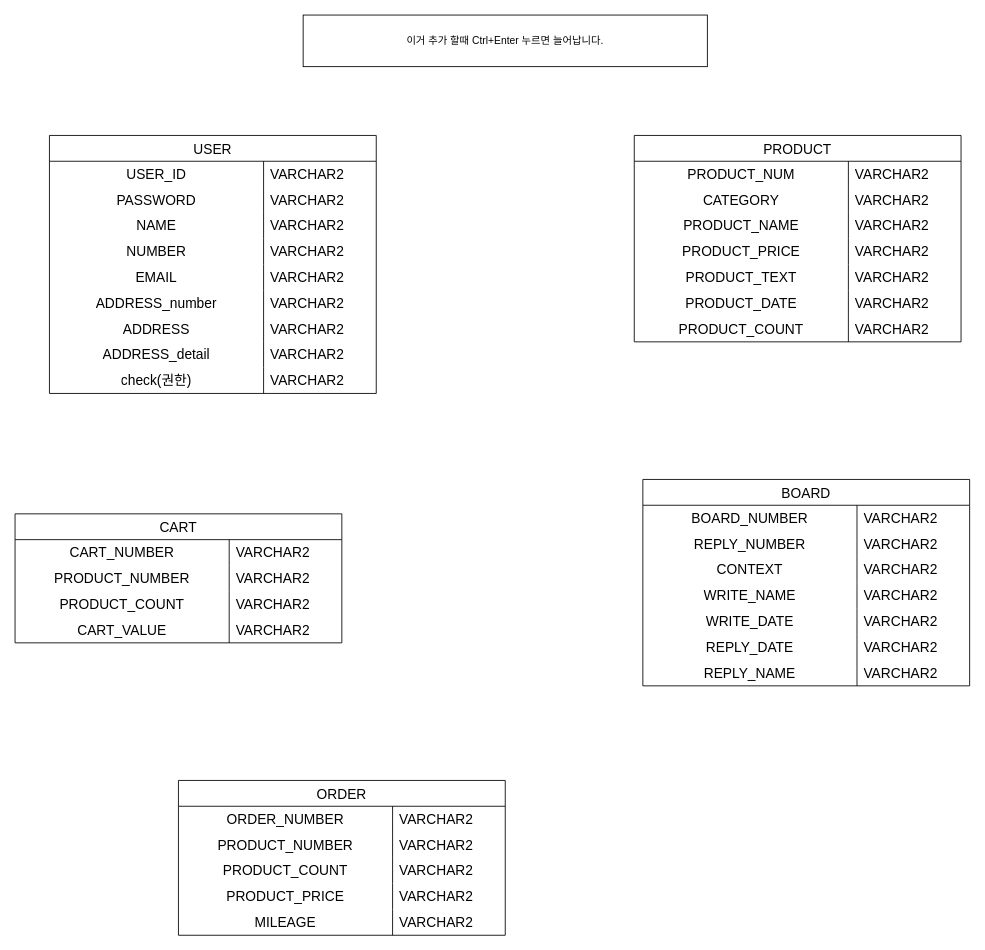
This is 제목 없는 다이어그램.drawio from Rookies13/Senanam, a draw.io file, before an edit. Source tidied: cells renumbered, new cells numbered last; positions are measured from the earlier drawing's top-left corner, leaving out a move shared by most shapes. Both pictures are drawn from the tidied source at 86%, with x=0, y=0 at pixel (15, 15).
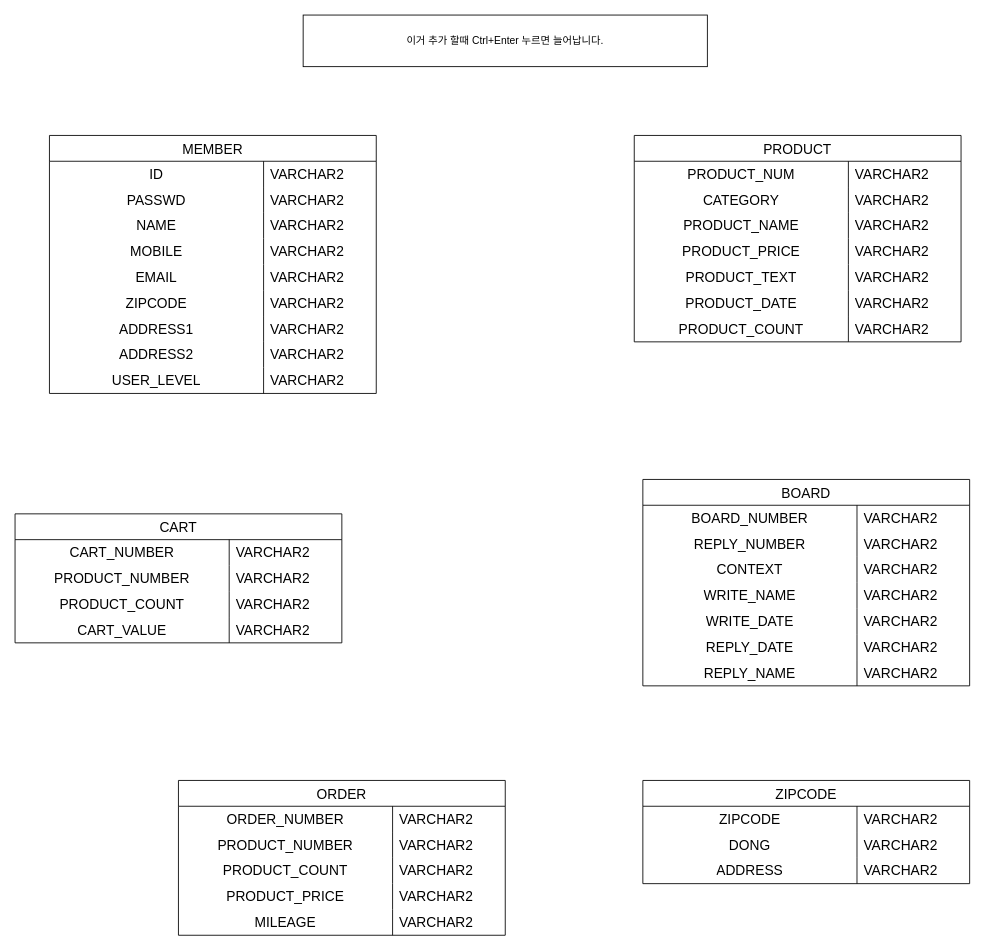
After the change.

Commit message:
제목 없는 다이어그램.drawio 업데이트

The change refers to these unchanged cells:
```xml
<mxCell id="3" style="shape=tableRow;horizontal=0;startSize=0;swimlaneHead=0;swimlaneBody=0;top=0;left=0;bottom=0;right=0;fillColor=none;strokeColor=inherit;fontSize=16;" parent="2" vertex="1">
  <mxGeometry y="30" width="380" height="30" as="geometry" />
</mxCell>
<mxCell id="6" style="shape=tableRow;horizontal=0;startSize=0;swimlaneHead=0;swimlaneBody=0;top=0;left=0;bottom=0;right=0;fillColor=none;strokeColor=inherit;fontSize=16;" parent="2" vertex="1">
  <mxGeometry y="60" width="380" height="30" as="geometry" />
</mxCell>
<mxCell id="12" style="shape=tableRow;horizontal=0;startSize=0;swimlaneHead=0;swimlaneBody=0;top=0;left=0;bottom=0;right=0;fillColor=none;strokeColor=inherit;fontSize=16;" parent="2" vertex="1">
  <mxGeometry y="120" width="380" height="30" as="geometry" />
</mxCell>
<mxCell id="18" style="shape=tableRow;horizontal=0;startSize=0;swimlaneHead=0;swimlaneBody=0;top=0;left=0;bottom=0;right=0;fillColor=none;strokeColor=inherit;fontSize=16;" parent="2" vertex="1">
  <mxGeometry y="180" width="380" height="30" as="geometry" />
</mxCell>
<mxCell id="21" style="shape=tableRow;horizontal=0;startSize=0;swimlaneHead=0;swimlaneBody=0;top=0;left=0;bottom=0;right=0;fillColor=none;strokeColor=inherit;fontSize=16;" parent="2" vertex="1">
  <mxGeometry y="210" width="380" height="30" as="geometry" />
</mxCell>
<mxCell id="24" style="shape=tableRow;horizontal=0;startSize=0;swimlaneHead=0;swimlaneBody=0;top=0;left=0;bottom=0;right=0;fillColor=none;strokeColor=inherit;fontSize=16;" parent="2" vertex="1">
  <mxGeometry y="240" width="380" height="30" as="geometry" />
</mxCell>
<mxCell id="27" style="shape=tableRow;horizontal=0;startSize=0;swimlaneHead=0;swimlaneBody=0;top=0;left=0;bottom=0;right=0;fillColor=none;strokeColor=inherit;fontSize=16;" parent="2" vertex="1">
  <mxGeometry y="270" width="380" height="30" as="geometry" />
</mxCell>
```

Change to the diagram source:
```diff
@@
-    <mxCell id="2" value="USER" style="shape=table;startSize=30;childLayout=tableLayout;rowLines=0;fontStyle=0;strokeColor=default;fontSize=16;" parent="1" vertex="1">
+    <mxCell id="2" value="MEMBER" style="shape=table;startSize=30;childLayout=tableLayout;rowLines=0;fontStyle=0;strokeColor=default;fontSize=16;" parent="1" vertex="1">
       <mxGeometry x="40" y="140" width="380" height="300" as="geometry" />
     </mxCell>
@@
-    <mxCell id="4" value="USER_ID" style="shape=partialRectangle;html=1;whiteSpace=wrap;fillColor=none;top=0;left=0;bottom=0;right=0;overflow=hidden;strokeColor=inherit;fontSize=16;" parent="3" vertex="1">
+    <mxCell id="4" value="ID" style="shape=partialRectangle;html=1;whiteSpace=wrap;fillColor=none;top=0;left=0;bottom=0;right=0;overflow=hidden;strokeColor=inherit;fontSize=16;" parent="3" vertex="1">
       <mxGeometry width="249" height="30" as="geometry" />
     </mxCell>
@@
-    <mxCell id="7" value="PASSWORD" style="shape=partialRectangle;html=1;whiteSpace=wrap;fillColor=none;top=0;left=0;bottom=0;right=0;overflow=hidden;strokeColor=inherit;fontSize=16;" parent="6" vertex="1">
+    <mxCell id="7" value="PASSWD" style="shape=partialRectangle;html=1;whiteSpace=wrap;fillColor=none;top=0;left=0;bottom=0;right=0;overflow=hidden;strokeColor=inherit;fontSize=16;" parent="6" vertex="1">
       <mxGeometry width="249" height="30" as="geometry" />
     </mxCell>
@@
-    <mxCell id="13" value="NUMBER" style="shape=partialRectangle;html=1;whiteSpace=wrap;fillColor=none;top=0;left=0;bottom=0;right=0;overflow=hidden;strokeColor=inherit;fontSize=16;" parent="12" vertex="1">
+    <mxCell id="13" value="MOBILE" style="shape=partialRectangle;html=1;whiteSpace=wrap;fillColor=none;top=0;left=0;bottom=0;right=0;overflow=hidden;strokeColor=inherit;fontSize=16;" parent="12" vertex="1">
       <mxGeometry width="249" height="30" as="geometry" />
     </mxCell>
@@
-    <mxCell id="19" value="ADDRESS_number" style="shape=partialRectangle;html=1;whiteSpace=wrap;fillColor=none;top=0;left=0;bottom=0;right=0;overflow=hidden;strokeColor=inherit;fontSize=16;" parent="18" vertex="1">
+    <mxCell id="19" value="ZIPCODE" style="shape=partialRectangle;html=1;whiteSpace=wrap;fillColor=none;top=0;left=0;bottom=0;right=0;overflow=hidden;strokeColor=inherit;fontSize=16;" parent="18" vertex="1">
       <mxGeometry width="249" height="30" as="geometry" />
     </mxCell>
@@
-    <mxCell id="22" value="ADDRESS" style="shape=partialRectangle;html=1;whiteSpace=wrap;fillColor=none;top=0;left=0;bottom=0;right=0;overflow=hidden;strokeColor=inherit;fontSize=16;" parent="21" vertex="1">
+    <mxCell id="22" value="ADDRESS1" style="shape=partialRectangle;html=1;whiteSpace=wrap;fillColor=none;top=0;left=0;bottom=0;right=0;overflow=hidden;strokeColor=inherit;fontSize=16;" parent="21" vertex="1">
       <mxGeometry width="249" height="30" as="geometry" />
     </mxCell>
@@
-    <mxCell id="25" value="ADDRESS_detail" style="shape=partialRectangle;html=1;whiteSpace=wrap;fillColor=none;top=0;left=0;bottom=0;right=0;overflow=hidden;strokeColor=inherit;fontSize=16;" parent="24" vertex="1">
+    <mxCell id="25" value="ADDRESS2" style="shape=partialRectangle;html=1;whiteSpace=wrap;fillColor=none;top=0;left=0;bottom=0;right=0;overflow=hidden;strokeColor=inherit;fontSize=16;" parent="24" vertex="1">
       <mxGeometry width="249" height="30" as="geometry" />
     </mxCell>
@@
-    <mxCell id="28" value="check(권한)" style="shape=partialRectangle;html=1;whiteSpace=wrap;fillColor=none;top=0;left=0;bottom=0;right=0;overflow=hidden;strokeColor=inherit;fontSize=16;" parent="27" vertex="1">
+    <mxCell id="28" value="USER_LEVEL" style="shape=partialRectangle;html=1;whiteSpace=wrap;fillColor=none;top=0;left=0;bottom=0;right=0;overflow=hidden;strokeColor=inherit;fontSize=16;" parent="27" vertex="1">
       <mxGeometry width="249" height="30" as="geometry" />
     </mxCell>
@@
+    <mxCell id="104" value="ZIPCODE" style="shape=table;startSize=30;childLayout=tableLayout;rowLines=0;fontStyle=0;strokeColor=default;fontSize=16;" parent="1" vertex="1">
+      <mxGeometry x="730" y="890" width="380" height="120" as="geometry" />
+    </mxCell>
+    <mxCell id="105" style="shape=tableRow;horizontal=0;startSize=0;swimlaneHead=0;swimlaneBody=0;top=0;left=0;bottom=0;right=0;fillColor=none;strokeColor=inherit;fontSize=16;" parent="104" vertex="1">
+      <mxGeometry y="30" width="380" height="30" as="geometry" />
+    </mxCell>
+    <mxCell id="106" value="ZIPCODE" style="shape=partialRectangle;html=1;whiteSpace=wrap;fillColor=none;top=0;left=0;bottom=0;right=0;overflow=hidden;strokeColor=inherit;fontSize=16;" parent="105" vertex="1">
+      <mxGeometry width="249" height="30" as="geometry" />
+    </mxCell>
+    <mxCell id="107" value="VARCHAR2" style="shape=partialRectangle;html=1;whiteSpace=wrap;fillColor=none;top=0;left=0;bottom=0;right=0;align=left;spacingLeft=6;overflow=hidden;strokeColor=inherit;fontSize=16;" parent="105" vertex="1">
+      <mxGeometry x="249" width="131" height="30" as="geometry" />
+    </mxCell>
+    <mxCell id="108" style="shape=tableRow;horizontal=0;startSize=0;swimlaneHead=0;swimlaneBody=0;top=0;left=0;bottom=0;right=0;fillColor=none;strokeColor=inherit;fontSize=16;" parent="104" vertex="1">
+      <mxGeometry y="60" width="380" height="30" as="geometry" />
+    </mxCell>
+    <mxCell id="109" value="DONG" style="shape=partialRectangle;html=1;whiteSpace=wrap;fillColor=none;top=0;left=0;bottom=0;right=0;overflow=hidden;strokeColor=inherit;fontSize=16;" parent="108" vertex="1">
+      <mxGeometry width="249" height="30" as="geometry" />
+    </mxCell>
+    <mxCell id="110" value="VARCHAR2" style="shape=partialRectangle;html=1;whiteSpace=wrap;fillColor=none;top=0;left=0;bottom=0;right=0;align=left;spacingLeft=6;overflow=hidden;strokeColor=inherit;fontSize=16;" parent="108" vertex="1">
+      <mxGeometry x="249" width="131" height="30" as="geometry" />
+    </mxCell>
+    <mxCell id="111" style="shape=tableRow;horizontal=0;startSize=0;swimlaneHead=0;swimlaneBody=0;top=0;left=0;bottom=0;right=0;fillColor=none;strokeColor=inherit;fontSize=16;" parent="104" vertex="1">
+      <mxGeometry y="90" width="380" height="30" as="geometry" />
+    </mxCell>
+    <mxCell id="112" value="ADDRESS" style="shape=partialRectangle;html=1;whiteSpace=wrap;fillColor=none;top=0;left=0;bottom=0;right=0;overflow=hidden;strokeColor=inherit;fontSize=16;" parent="111" vertex="1">
+      <mxGeometry width="249" height="30" as="geometry" />
+    </mxCell>
+    <mxCell id="113" value="VARCHAR2" style="shape=partialRectangle;html=1;whiteSpace=wrap;fillColor=none;top=0;left=0;bottom=0;right=0;align=left;spacingLeft=6;overflow=hidden;strokeColor=inherit;fontSize=16;" parent="111" vertex="1">
+      <mxGeometry x="249" width="131" height="30" as="geometry" />
+    </mxCell>
```
